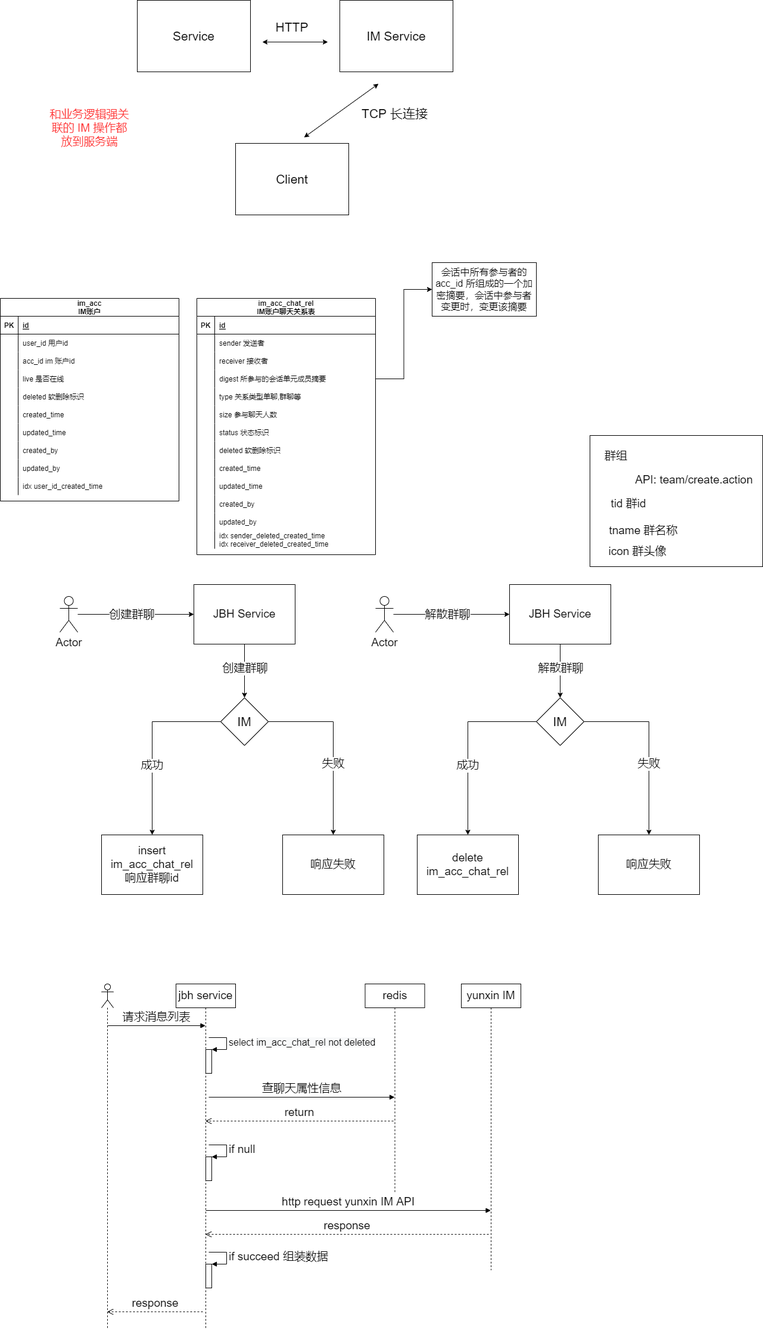
The draw.io diagram jbh/im-module.png in GitHeP/diagrams, before a commit. Source tidied: cells renumbered, new cells last; positions are measured from the earlier drawing's top-left corner, leaving out a move shared by most shapes.
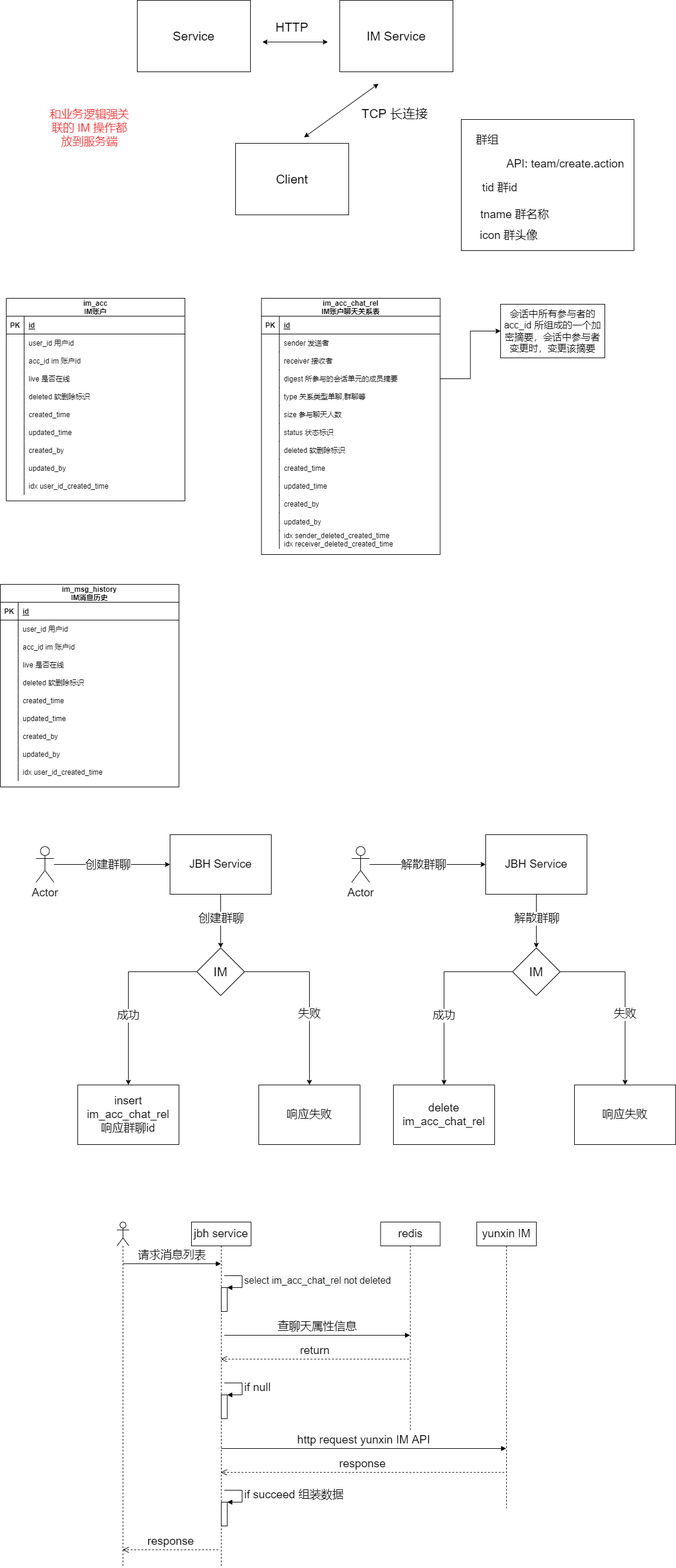
Later version of the same file.

Diff of the diagram source:
```diff
@@ -32,3 +32,3 @@
     <mxCell id="9" value="im_acc_chat_rel&#10;IM账户聊天关系表" style="shape=table;startSize=30;rowLines=0;fontStyle=1;align=center;" parent="1" vertex="1">
-      <mxGeometry x="330" y="500" width="300" height="430" as="geometry" />
+      <mxGeometry x="438.5" y="500" width="300" height="430" as="geometry" />
     </mxCell>
@@ -67,3 +67,3 @@
     </mxCell>
-    <mxCell id="21" value="digest 所参与的会话单元成员摘要" style="shape=partialRectangle;fillColor=none;top=0;left=0;bottom=0;right=0;align=left;spacingLeft=6;overflow=hidden;" parent="19" vertex="1">
+    <mxCell id="21" value="digest 所参与的会话单元的成员摘要" style="shape=partialRectangle;fillColor=none;top=0;left=0;bottom=0;right=0;align=left;spacingLeft=6;overflow=hidden;" parent="19" vertex="1">
       <mxGeometry x="30" width="270" height="30" as="geometry" />
@@ -155,18 +155,18 @@
     <mxCell id="50" style="rounded=0;whiteSpace=wrap;html=1;fontSize=19;fontColor=#FF3333;" parent="1" vertex="1">
-      <mxGeometry x="990" y="730" width="290" height="220" as="geometry" />
+      <mxGeometry x="774" y="200" width="290" height="220" as="geometry" />
     </mxCell>
     <mxCell id="51" value="&lt;font color=&quot;#000000&quot;&gt;API: team/create.action&lt;/font&gt;" style="text;html=1;strokeColor=none;fillColor=none;align=center;verticalAlign=middle;whiteSpace=wrap;rounded=0;fontSize=19;fontColor=#FF3333;" parent="1" vertex="1">
-      <mxGeometry x="1050" y="790" width="230" height="30" as="geometry" />
+      <mxGeometry x="834" y="260" width="230" height="30" as="geometry" />
     </mxCell>
     <mxCell id="52" value="&lt;font color=&quot;#000000&quot;&gt;群组&lt;/font&gt;" style="text;html=1;strokeColor=none;fillColor=none;align=center;verticalAlign=middle;whiteSpace=wrap;rounded=0;fontSize=19;fontColor=#FF3333;" parent="1" vertex="1">
-      <mxGeometry x="1004" y="750" width="60" height="30" as="geometry" />
+      <mxGeometry x="788" y="220" width="60" height="30" as="geometry" />
     </mxCell>
     <mxCell id="53" value="tid 群id" style="text;html=1;strokeColor=none;fillColor=none;align=center;verticalAlign=middle;whiteSpace=wrap;rounded=0;fontSize=19;fontColor=#000000;" parent="1" vertex="1">
-      <mxGeometry x="1010" y="830" width="90" height="30" as="geometry" />
+      <mxGeometry x="794" y="300" width="90" height="30" as="geometry" />
     </mxCell>
     <mxCell id="54" value="tname 群名称" style="text;html=1;strokeColor=none;fillColor=none;align=center;verticalAlign=middle;whiteSpace=wrap;rounded=0;fontSize=19;fontColor=#000000;" parent="1" vertex="1">
-      <mxGeometry x="1020" y="880" width="120" height="20" as="geometry" />
+      <mxGeometry x="804" y="350" width="120" height="20" as="geometry" />
     </mxCell>
     <mxCell id="55" value="icon 群头像" style="text;html=1;strokeColor=none;fillColor=none;align=center;verticalAlign=middle;whiteSpace=wrap;rounded=0;fontSize=19;fontColor=#000000;" parent="1" vertex="1">
-      <mxGeometry x="1000" y="910" width="140" height="30" as="geometry" />
+      <mxGeometry x="784" y="380" width="140" height="30" as="geometry" />
     </mxCell>
@@ -176,3 +176,3 @@
     <mxCell id="57" value="JBH Service" style="rounded=0;whiteSpace=wrap;html=1;fontSize=19;fontColor=#000000;" parent="1" vertex="1">
-      <mxGeometry x="325" y="980" width="170" height="100" as="geometry" />
+      <mxGeometry x="285" y="1400" width="170" height="100" as="geometry" />
     </mxCell>
@@ -187,3 +187,3 @@
     <mxCell id="60" value="Actor" style="shape=umlActor;verticalLabelPosition=bottom;verticalAlign=top;html=1;outlineConnect=0;fontSize=19;fontColor=#000000;" parent="1" vertex="1">
-      <mxGeometry x="100" y="1000" width="30" height="60" as="geometry" />
+      <mxGeometry x="60" y="1420" width="30" height="60" as="geometry" />
     </mxCell>
@@ -202,12 +202,12 @@
     <mxCell id="65" value="&lt;span style=&quot;font-size: 21px;&quot;&gt;IM&lt;/span&gt;" style="rhombus;whiteSpace=wrap;html=1;fontSize=19;fontColor=#000000;rounded=0;" parent="1" vertex="1">
-      <mxGeometry x="370" y="1170" width="80" height="80" as="geometry" />
+      <mxGeometry x="330" y="1590" width="80" height="80" as="geometry" />
     </mxCell>
     <mxCell id="66" value="insert im_acc_chat_rel&lt;br&gt;响应群聊id" style="rounded=0;whiteSpace=wrap;html=1;fontSize=19;fontColor=#000000;" parent="1" vertex="1">
-      <mxGeometry x="170" y="1400" width="170" height="100" as="geometry" />
+      <mxGeometry x="130" y="1820" width="170" height="100" as="geometry" />
     </mxCell>
     <mxCell id="67" value="响应失败" style="rounded=0;whiteSpace=wrap;html=1;fontSize=19;fontColor=#000000;" parent="1" vertex="1">
-      <mxGeometry x="474" y="1400" width="170" height="100" as="geometry" />
+      <mxGeometry x="434" y="1820" width="170" height="100" as="geometry" />
     </mxCell>
     <mxCell id="68" value="创建群聊" style="edgeLabel;html=1;align=center;verticalAlign=middle;fontSize=19;fontColor=#000000;" parent="1" vertex="1">
-      <mxGeometry x="410" y="1120" as="geometry" />
+      <mxGeometry x="370" y="1540" as="geometry" />
     </mxCell>
@@ -217,3 +217,3 @@
     <mxCell id="70" value="JBH Service" style="rounded=0;whiteSpace=wrap;html=1;fontSize=19;fontColor=#000000;" parent="1" vertex="1">
-      <mxGeometry x="855" y="980" width="170" height="100" as="geometry" />
+      <mxGeometry x="815" y="1400" width="170" height="100" as="geometry" />
     </mxCell>
@@ -228,3 +228,3 @@
     <mxCell id="73" value="Actor" style="shape=umlActor;verticalLabelPosition=bottom;verticalAlign=top;html=1;outlineConnect=0;fontSize=19;fontColor=#000000;" parent="1" vertex="1">
-      <mxGeometry x="630" y="1000" width="30" height="60" as="geometry" />
+      <mxGeometry x="590" y="1420" width="30" height="60" as="geometry" />
     </mxCell>
@@ -243,18 +243,18 @@
     <mxCell id="78" value="&lt;span style=&quot;font-size: 21px;&quot;&gt;IM&lt;/span&gt;" style="rhombus;whiteSpace=wrap;html=1;fontSize=19;fontColor=#000000;rounded=0;" parent="1" vertex="1">
-      <mxGeometry x="900" y="1170" width="80" height="80" as="geometry" />
+      <mxGeometry x="860" y="1590" width="80" height="80" as="geometry" />
     </mxCell>
     <mxCell id="79" value="delete im_acc_chat_rel" style="rounded=0;whiteSpace=wrap;html=1;fontSize=19;fontColor=#000000;" parent="1" vertex="1">
-      <mxGeometry x="700" y="1400" width="170" height="100" as="geometry" />
+      <mxGeometry x="660" y="1820" width="170" height="100" as="geometry" />
     </mxCell>
     <mxCell id="80" value="响应失败" style="rounded=0;whiteSpace=wrap;html=1;fontSize=19;fontColor=#000000;" parent="1" vertex="1">
-      <mxGeometry x="1004" y="1400" width="170" height="100" as="geometry" />
+      <mxGeometry x="964" y="1820" width="170" height="100" as="geometry" />
     </mxCell>
     <mxCell id="81" value="解散群聊" style="edgeLabel;html=1;align=center;verticalAlign=middle;fontSize=19;fontColor=#000000;" parent="1" vertex="1">
-      <mxGeometry x="940" y="1120" as="geometry" />
+      <mxGeometry x="900" y="1540" as="geometry" />
     </mxCell>
     <mxCell id="82" style="shape=umlLifeline;participant=umlActor;perimeter=lifelinePerimeter;whiteSpace=wrap;html=1;verticalAlign=top;spacingTop=36;outlineConnect=0;fontSize=19;fontColor=#000000;" parent="1" vertex="1">
-      <mxGeometry x="170" y="1650" width="20" height="580" as="geometry" />
+      <mxGeometry x="196" y="2050" width="20" height="580" as="geometry" />
     </mxCell>
     <mxCell id="83" value="jbh service" style="shape=umlLifeline;perimeter=lifelinePerimeter;whiteSpace=wrap;html=1;outlineConnect=0;fontSize=19;fontColor=#000000;" parent="1" vertex="1">
-      <mxGeometry x="295" y="1650" width="100" height="580" as="geometry" />
+      <mxGeometry x="321" y="2050" width="100" height="580" as="geometry" />
     </mxCell>
@@ -304,3 +304,3 @@
     <mxCell id="92" value="redis" style="shape=umlLifeline;perimeter=lifelinePerimeter;whiteSpace=wrap;html=1;outlineConnect=0;fontSize=19;fontColor=#000000;" parent="1" vertex="1">
-      <mxGeometry x="612.5" y="1650" width="100" height="350" as="geometry" />
+      <mxGeometry x="638.5" y="2050" width="100" height="350" as="geometry" />
     </mxCell>
@@ -308,3 +308,3 @@
       <mxGeometry relative="1" as="geometry">
-        <mxPoint x="660" y="1880" as="sourcePoint" />
+        <mxPoint x="686" y="2280" as="sourcePoint" />
       </mxGeometry>
@@ -312,3 +312,3 @@
     <mxCell id="94" value="yunxin IM" style="shape=umlLifeline;perimeter=lifelinePerimeter;whiteSpace=wrap;html=1;outlineConnect=0;fontSize=19;fontColor=#000000;" parent="1" vertex="1">
-      <mxGeometry x="774" y="1650" width="100" height="480" as="geometry" />
+      <mxGeometry x="800" y="2050" width="100" height="480" as="geometry" />
     </mxCell>
@@ -321,3 +321,3 @@
       <mxGeometry relative="1" as="geometry">
-        <mxPoint x="180" y="1720" as="sourcePoint" />
+        <mxPoint x="206" y="2120" as="sourcePoint" />
       </mxGeometry>
@@ -326,3 +326,3 @@
       <mxGeometry relative="1" as="geometry">
-        <mxPoint x="340" y="2200" as="sourcePoint" />
+        <mxPoint x="366" y="2600" as="sourcePoint" />
       </mxGeometry>
@@ -330,3 +330,3 @@
     <mxCell id="98" value="im_acc&#10;IM账户" style="shape=table;startSize=30;rowLines=0;fontStyle=1;align=center;" parent="1" vertex="1">
-      <mxGeometry y="500" width="300" height="340" as="geometry" />
+      <mxGeometry x="10" y="500" width="300" height="340" as="geometry" />
     </mxCell>
@@ -423,3 +423,3 @@
     <mxCell id="129" value="会话中所有参与者的 acc_id 所组成的一个加密摘要，会话中参与者变更时，变更该摘要" style="rounded=0;whiteSpace=wrap;html=1;fontSize=16;fontColor=#000000;" parent="1" vertex="1">
-      <mxGeometry x="725" y="440" width="175" height="90" as="geometry" />
+      <mxGeometry x="840" y="510" width="175" height="90" as="geometry" />
     </mxCell>
@@ -428,2 +428,95 @@
     </mxCell>
+    <mxCell id="131" value="im_msg_history&#10;IM消息历史" style="shape=table;startSize=30;rowLines=0;fontStyle=1;align=center;" parent="1" vertex="1">
+      <mxGeometry y="980" width="300" height="340" as="geometry" />
+    </mxCell>
+    <mxCell id="132" style="shape=tableRow;horizontal=0;startSize=0;swimlaneHead=0;swimlaneBody=0;fillColor=none;top=0;left=0;right=0;bottom=1;" parent="131" vertex="1">
+      <mxGeometry y="30" width="300" height="30" as="geometry" />
+    </mxCell>
+    <mxCell id="133" value="PK" style="shape=partialRectangle;fillColor=none;top=0;left=0;bottom=0;right=0;fontStyle=1;overflow=hidden;" parent="132" vertex="1">
+      <mxGeometry width="30" height="30" as="geometry" />
+    </mxCell>
+    <mxCell id="134" value="id" style="shape=partialRectangle;fillColor=none;top=0;left=0;bottom=0;right=0;align=left;spacingLeft=6;fontStyle=5;overflow=hidden;" parent="132" vertex="1">
+      <mxGeometry x="30" width="270" height="30" as="geometry" />
+    </mxCell>
+    <mxCell id="135" style="shape=tableRow;horizontal=0;startSize=0;swimlaneHead=0;swimlaneBody=0;fillColor=none;top=0;left=0;right=0;bottom=0;" parent="131" vertex="1">
+      <mxGeometry y="60" width="300" height="30" as="geometry" />
+    </mxCell>
+    <mxCell id="136" style="shape=partialRectangle;fillColor=none;top=0;left=0;bottom=0;right=0;overflow=hidden;" parent="135" vertex="1">
+      <mxGeometry width="30" height="30" as="geometry" />
+    </mxCell>
+    <mxCell id="137" value="user_id 用户id" style="shape=partialRectangle;fillColor=none;top=0;left=0;bottom=0;right=0;align=left;spacingLeft=6;overflow=hidden;" parent="135" vertex="1">
+      <mxGeometry x="30" width="270" height="30" as="geometry" />
+    </mxCell>
+    <mxCell id="138" style="shape=tableRow;horizontal=0;startSize=0;swimlaneHead=0;swimlaneBody=0;fillColor=none;top=0;left=0;right=0;bottom=0;" parent="131" vertex="1">
+      <mxGeometry y="90" width="300" height="30" as="geometry" />
+    </mxCell>
+    <mxCell id="139" style="shape=partialRectangle;fillColor=none;top=0;left=0;bottom=0;right=0;overflow=hidden;" parent="138" vertex="1">
+      <mxGeometry width="30" height="30" as="geometry" />
+    </mxCell>
+    <mxCell id="140" value="acc_id im 账户id" style="shape=partialRectangle;fillColor=none;top=0;left=0;bottom=0;right=0;align=left;spacingLeft=6;overflow=hidden;" parent="138" vertex="1">
+      <mxGeometry x="30" width="270" height="30" as="geometry" />
+    </mxCell>
+    <mxCell id="141" style="shape=tableRow;horizontal=0;startSize=0;swimlaneHead=0;swimlaneBody=0;fillColor=none;top=0;left=0;right=0;bottom=0;" parent="131" vertex="1">
+      <mxGeometry y="120" width="300" height="30" as="geometry" />
+    </mxCell>
+    <mxCell id="142" style="shape=partialRectangle;fillColor=none;top=0;left=0;bottom=0;right=0;overflow=hidden;" parent="141" vertex="1">
+      <mxGeometry width="30" height="30" as="geometry" />
+    </mxCell>
+    <mxCell id="143" value="live 是否在线" style="shape=partialRectangle;fillColor=none;top=0;left=0;bottom=0;right=0;align=left;spacingLeft=6;overflow=hidden;" parent="141" vertex="1">
+      <mxGeometry x="30" width="270" height="30" as="geometry" />
+    </mxCell>
+    <mxCell id="144" style="shape=tableRow;horizontal=0;startSize=0;swimlaneHead=0;swimlaneBody=0;fillColor=none;top=0;left=0;right=0;bottom=0;" parent="131" vertex="1">
+      <mxGeometry y="150" width="300" height="30" as="geometry" />
+    </mxCell>
+    <mxCell id="145" style="shape=partialRectangle;fillColor=none;top=0;left=0;bottom=0;right=0;overflow=hidden;" parent="144" vertex="1">
+      <mxGeometry width="30" height="30" as="geometry" />
+    </mxCell>
+    <mxCell id="146" value="deleted 软删除标识" style="shape=partialRectangle;fillColor=none;top=0;left=0;bottom=0;right=0;align=left;spacingLeft=6;overflow=hidden;" parent="144" vertex="1">
+      <mxGeometry x="30" width="270" height="30" as="geometry" />
+    </mxCell>
+    <mxCell id="147" style="shape=tableRow;horizontal=0;startSize=0;swimlaneHead=0;swimlaneBody=0;fillColor=none;top=0;left=0;right=0;bottom=0;" parent="131" vertex="1">
+      <mxGeometry y="180" width="300" height="30" as="geometry" />
+    </mxCell>
+    <mxCell id="148" style="shape=partialRectangle;fillColor=none;top=0;left=0;bottom=0;right=0;overflow=hidden;" parent="147" vertex="1">
+      <mxGeometry width="30" height="30" as="geometry" />
+    </mxCell>
+    <mxCell id="149" value="created_time" style="shape=partialRectangle;fillColor=none;top=0;left=0;bottom=0;right=0;align=left;spacingLeft=6;overflow=hidden;" parent="147" vertex="1">
+      <mxGeometry x="30" width="270" height="30" as="geometry" />
+    </mxCell>
+    <mxCell id="150" style="shape=tableRow;horizontal=0;startSize=0;swimlaneHead=0;swimlaneBody=0;fillColor=none;top=0;left=0;right=0;bottom=0;" parent="131" vertex="1">
+      <mxGeometry y="210" width="300" height="30" as="geometry" />
+    </mxCell>
+    <mxCell id="151" style="shape=partialRectangle;fillColor=none;top=0;left=0;bottom=0;right=0;overflow=hidden;" parent="150" vertex="1">
+      <mxGeometry width="30" height="30" as="geometry" />
+    </mxCell>
+    <mxCell id="152" value="updated_time" style="shape=partialRectangle;fillColor=none;top=0;left=0;bottom=0;right=0;align=left;spacingLeft=6;overflow=hidden;" parent="150" vertex="1">
+      <mxGeometry x="30" width="270" height="30" as="geometry" />
+    </mxCell>
+    <mxCell id="153" style="shape=tableRow;horizontal=0;startSize=0;swimlaneHead=0;swimlaneBody=0;fillColor=none;top=0;left=0;right=0;bottom=0;" parent="131" vertex="1">
+      <mxGeometry y="240" width="300" height="30" as="geometry" />
+    </mxCell>
+    <mxCell id="154" style="shape=partialRectangle;fillColor=none;top=0;left=0;bottom=0;right=0;overflow=hidden;" parent="153" vertex="1">
+      <mxGeometry width="30" height="30" as="geometry" />
+    </mxCell>
+    <mxCell id="155" value="created_by" style="shape=partialRectangle;fillColor=none;top=0;left=0;bottom=0;right=0;align=left;spacingLeft=6;overflow=hidden;" parent="153" vertex="1">
+      <mxGeometry x="30" width="270" height="30" as="geometry" />
+    </mxCell>
+    <mxCell id="156" style="shape=tableRow;horizontal=0;startSize=0;swimlaneHead=0;swimlaneBody=0;fillColor=none;top=0;left=0;right=0;bottom=0;" parent="131" vertex="1">
+      <mxGeometry y="270" width="300" height="30" as="geometry" />
+    </mxCell>
+    <mxCell id="157" style="shape=partialRectangle;fillColor=none;top=0;left=0;bottom=0;right=0;overflow=hidden;" parent="156" vertex="1">
+      <mxGeometry width="30" height="30" as="geometry" />
+    </mxCell>
+    <mxCell id="158" value="updated_by" style="shape=partialRectangle;fillColor=none;top=0;left=0;bottom=0;right=0;align=left;spacingLeft=6;overflow=hidden;" parent="156" vertex="1">
+      <mxGeometry x="30" width="270" height="30" as="geometry" />
+    </mxCell>
+    <mxCell id="159" style="shape=tableRow;horizontal=0;startSize=0;swimlaneHead=0;swimlaneBody=0;fillColor=none;top=0;left=0;right=0;bottom=0;" parent="131" vertex="1">
+      <mxGeometry y="300" width="300" height="30" as="geometry" />
+    </mxCell>
+    <mxCell id="160" style="shape=partialRectangle;fillColor=none;top=0;left=0;bottom=0;right=0;overflow=hidden;" parent="159" vertex="1">
+      <mxGeometry width="30" height="30" as="geometry" />
+    </mxCell>
+    <mxCell id="161" value="idx user_id_created_time" style="shape=partialRectangle;fillColor=none;top=0;left=0;bottom=0;right=0;align=left;spacingLeft=6;overflow=hidden;" parent="159" vertex="1">
+      <mxGeometry x="30" width="270" height="30" as="geometry" />
+    </mxCell>
   </root>
```
